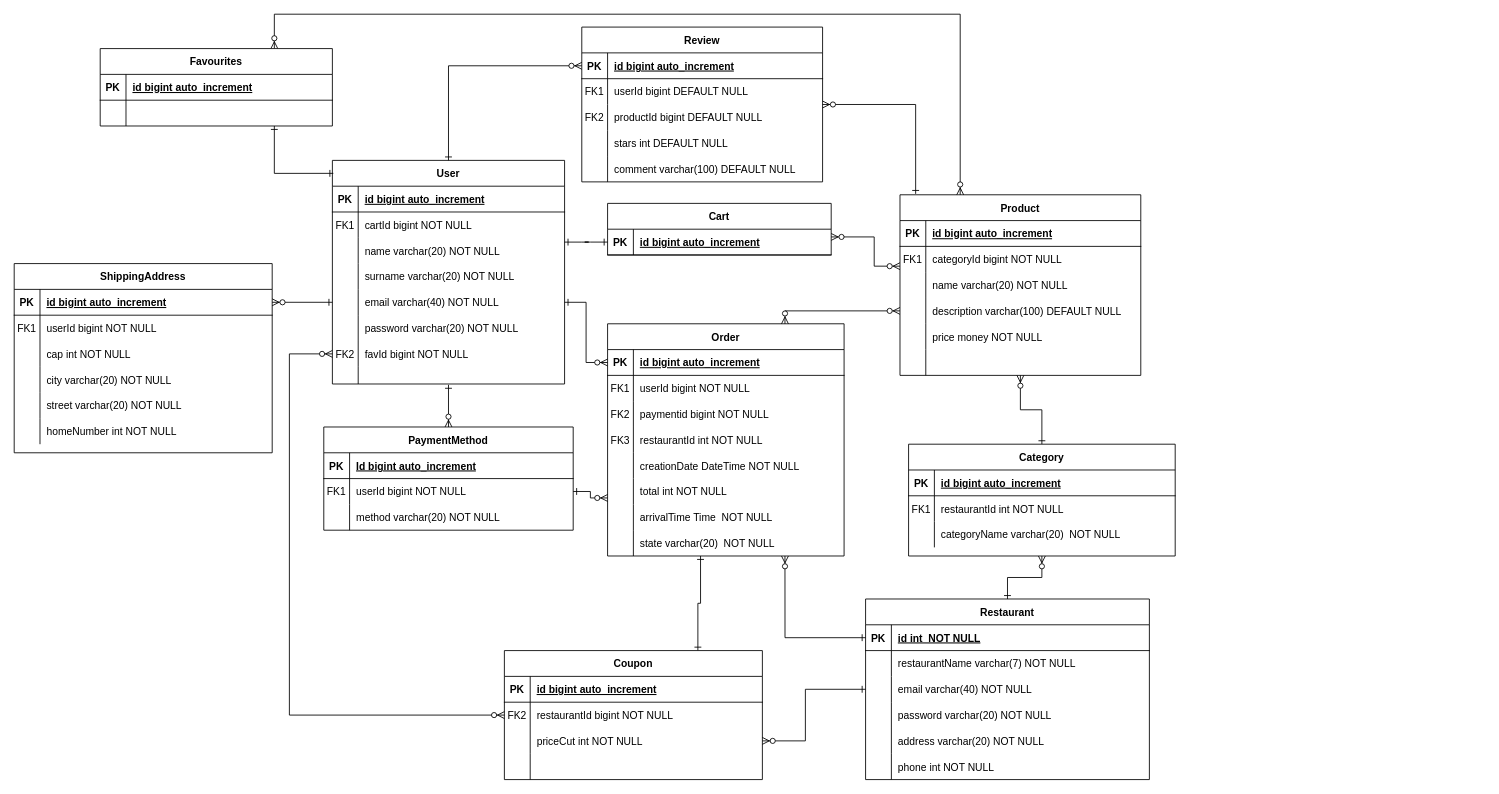
Above: documentazione/Diagrammi/Er(1).drawio in Flacaro/TasteIt (draw.io), before the change. Source tidied: cells renumbered, new cells numbered last; positions are measured from the earlier drawing's top-left corner, leaving out a move shared by most shapes. Both pictures are drawn from the tidied source at 86%, with x=0, y=0 at pixel (14, 14).
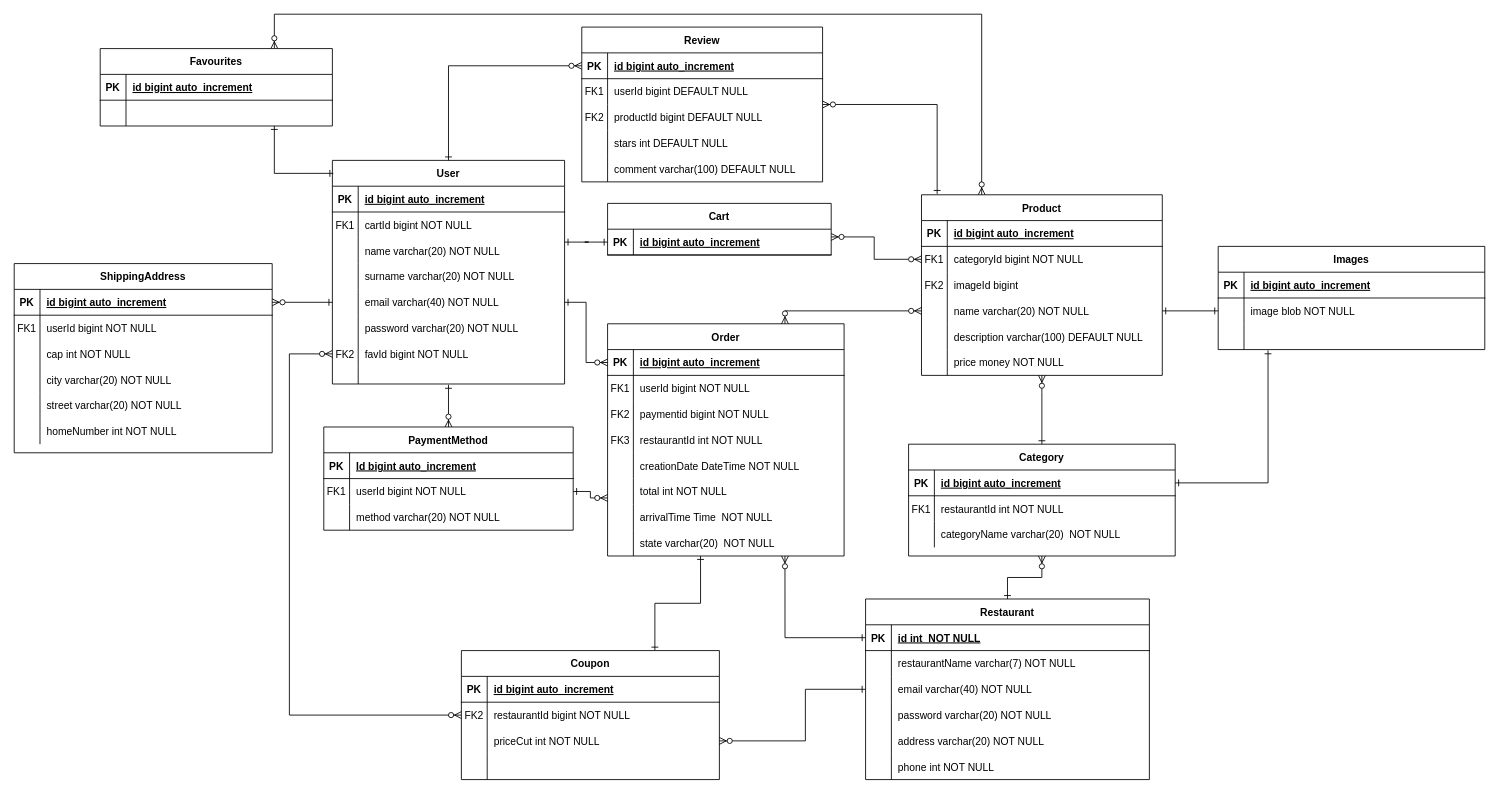
After the change.

The change refers to these unchanged cells:
```xml
<mxCell id="45" value="Order" style="shape=table;startSize=30;childLayout=tableLayout;rowLines=0;fontStyle=1;align=center;" parent="1" vertex="1">
  <mxGeometry x="690" y="360" width="275" height="270" as="geometry" />
</mxCell>
<mxCell id="76" style="shape=partialRectangle;fillColor=none;top=0;left=0;bottom=0;right=0;points=[[0,0.5],[1,0.5]];portConstraint=eastwest;" parent="72" vertex="1">
  <mxGeometry y="60" width="280" height="30" as="geometry" />
</mxCell>
<mxCell id="94" value="Category" style="shape=table;startSize=30;childLayout=tableLayout;rowLines=0;fontStyle=1;align=center;" parent="1" vertex="1">
  <mxGeometry x="1040" y="500" width="310" height="130" as="geometry" />
</mxCell>
<mxCell id="95" style="shape=partialRectangle;fillColor=none;top=0;left=0;bottom=1;right=0;points=[[0,0.5],[1,0.5]];portConstraint=eastwest;" parent="94" vertex="1">
  <mxGeometry y="30" width="310" height="30" as="geometry" />
</mxCell>
<mxCell id="161" value="Favourites" style="shape=table;startSize=30;childLayout=tableLayout;rowLines=0;fontStyle=1;align=center;" parent="1" vertex="1">
  <mxGeometry x="100" y="40" width="270" height="90" as="geometry" />
</mxCell>
```

The edit, as a diff of the source:
```diff
@@
     <mxCell id="71" style="edgeStyle=orthogonalEdgeStyle;rounded=0;jettySize=auto;html=1;exitX=0.5;exitY=1;exitDx=0;exitDy=0;entryX=0.5;entryY=0;entryDx=0;entryDy=0;startArrow=ERzeroToMany;startFill=1;endArrow=ERone;endFill=0;" parent="1" edge="1" source="72" target="94">
       <mxGeometry relative="1" as="geometry">
         <Array as="points">
-          <mxPoint x="1170" y="460" />
-          <mxPoint x="1195" y="460" />
+          <mxPoint x="1195" y="440" />
+          <mxPoint x="1195" y="440" />
         </Array>
       </mxGeometry>
     </mxCell>
     <mxCell id="72" value="Product" style="shape=table;startSize=30;childLayout=tableLayout;rowLines=0;fontStyle=1;align=center;" parent="1" vertex="1">
-      <mxGeometry x="1030" y="210" width="280" height="210" as="geometry" />
+      <mxGeometry x="1055" y="210" width="280" height="210" as="geometry" />
     </mxCell>
@@
+    <mxCell id="88" style="shape=partialRectangle;fillColor=none;top=0;left=0;bottom=0;right=0;" parent="72" vertex="1">
+      <mxGeometry y="90" width="280" height="30" as="geometry" />
+    </mxCell>
+    <mxCell id="89" value="FK2" style="shape=partialRectangle;fillColor=none;top=0;left=0;bottom=0;right=0;overflow=hidden;" parent="88" vertex="1">
+      <mxGeometry width="30" height="30" as="geometry" />
+    </mxCell>
+    <mxCell id="90" value="imageId bigint  " style="shape=partialRectangle;fillColor=none;top=0;left=0;bottom=0;right=0;align=left;spacingLeft=6;overflow=hidden;" parent="88" vertex="1">
+      <mxGeometry x="30" width="250" height="30" as="geometry" />
+    </mxCell>
     <mxCell id="79" style="shape=partialRectangle;fillColor=none;top=0;left=0;bottom=0;right=0;points=[[0,0.5],[1,0.5]];portConstraint=eastwest;" parent="72" vertex="1">
-      <mxGeometry y="90" width="280" height="30" as="geometry" />
+      <mxGeometry y="120" width="280" height="30" as="geometry" />
     </mxCell>
@@
     <mxCell id="82" style="shape=partialRectangle;fillColor=none;top=0;left=0;bottom=0;right=0;points=[[0,0.5],[1,0.5]];portConstraint=eastwest;" parent="72" vertex="1">
-      <mxGeometry y="120" width="280" height="30" as="geometry" />
+      <mxGeometry y="150" width="280" height="30" as="geometry" />
     </mxCell>
@@
     <mxCell id="85" style="shape=partialRectangle;fillColor=none;top=0;left=0;bottom=0;right=0;" parent="72" vertex="1">
-      <mxGeometry y="150" width="280" height="30" as="geometry" />
+      <mxGeometry y="180" width="280" height="30" as="geometry" />
     </mxCell>
@@
-    <mxCell id="88" style="shape=partialRectangle;fillColor=none;top=0;left=0;bottom=0;right=0;" parent="72" vertex="1">
-      <mxGeometry y="180" width="280" height="30" as="geometry" />
-    </mxCell>
-    <mxCell id="89" style="shape=partialRectangle;fillColor=none;top=0;left=0;bottom=0;right=0;overflow=hidden;" parent="88" vertex="1">
-      <mxGeometry width="30" height="30" as="geometry" />
-    </mxCell>
-    <mxCell id="90" style="shape=partialRectangle;fillColor=none;top=0;left=0;bottom=0;right=0;align=left;spacingLeft=6;overflow=hidden;" parent="88" vertex="1">
-      <mxGeometry x="30" width="250" height="30" as="geometry" />
-    </mxCell>
-    <mxCell id="91" style="edgeStyle=orthogonalEdgeStyle;rounded=0;orthogonalLoop=1;jettySize=auto;html=1;startArrow=ERzeroToMany;startFill=1;endArrow=ERzeroToMany;endFill=1;" parent="1" edge="1">
+    <mxCell id="91" style="edgeStyle=orthogonalEdgeStyle;rounded=0;jettySize=auto;html=1;startArrow=ERzeroToMany;startFill=1;endArrow=ERzeroToMany;endFill=1;exitX=0;exitY=0.5;exitDx=0;exitDy=0;" parent="1" edge="1" source="76">
       <mxGeometry relative="1" as="geometry">
-        <mxPoint x="1030" y="293" as="sourcePoint" />
         <mxPoint x="950" y="259" as="targetPoint" />
         <Array as="points">
-          <mxPoint x="1000" y="293" />
+          <mxPoint x="1000" y="285" />
           <mxPoint x="1000" y="259" />
         </Array>
       </mxGeometry>
     </mxCell>
-    <mxCell id="92" style="edgeStyle=orthogonalEdgeStyle;rounded=0;jettySize=auto;html=1;exitX=0;exitY=0.5;exitDx=0;exitDy=0;entryX=0.75;entryY=0;entryDx=0;entryDy=0;startArrow=ERzeroToMany;startFill=1;endArrow=ERzeroToMany;endFill=1;" parent="1" edge="1" source="82" target="45">
+    <mxCell id="92" style="edgeStyle=orthogonalEdgeStyle;rounded=0;jettySize=auto;html=1;entryX=0.75;entryY=0;entryDx=0;entryDy=0;startArrow=ERzeroToMany;startFill=1;endArrow=ERzeroToMany;endFill=1;" parent="1" edge="1" target="45">
       <mxGeometry relative="1" as="geometry">
+        <mxPoint x="1055" y="345" as="sourcePoint" />
         <Array as="points">
           <mxPoint x="896" y="345" />
         </Array>
       </mxGeometry>
     </mxCell>
@@
     <mxCell id="124" value="Coupon" style="shape=table;startSize=30;childLayout=tableLayout;rowLines=0;fontStyle=1;align=center;" parent="1" vertex="1">
-      <mxGeometry x="570" y="740" width="300" height="150" as="geometry" />
+      <mxGeometry x="520" y="740" width="300" height="150" as="geometry" />
     </mxCell>
@@
     <mxCell id="160" style="edgeStyle=orthogonalEdgeStyle;rounded=0;jettySize=auto;html=1;exitX=0.75;exitY=0;exitDx=0;exitDy=0;entryX=0.25;entryY=0;entryDx=0;entryDy=0;startArrow=ERzeroToMany;startFill=1;endArrow=ERzeroToMany;endFill=1;" parent="1" edge="1" source="161" target="72">
       <mxGeometry relative="1" as="geometry">
         <Array as="points">
           <mxPoint x="303" />
-          <mxPoint x="1100" />
+          <mxPoint x="1125" />
         </Array>
       </mxGeometry>
     </mxCell>
@@
+    <mxCell id="186" value="Images" style="shape=table;startSize=30;childLayout=tableLayout;rowLines=0;fontStyle=1;align=center;" parent="1" vertex="1">
+      <mxGeometry x="1400" y="270" width="310" height="120" as="geometry" />
+    </mxCell>
+    <mxCell id="187" style="shape=partialRectangle;fillColor=none;top=0;left=0;bottom=1;right=0;" parent="186" vertex="1">
+      <mxGeometry y="30" width="310" height="30" as="geometry" />
+    </mxCell>
+    <mxCell id="188" value="PK" style="shape=partialRectangle;fillColor=none;top=0;left=0;bottom=0;right=0;fontStyle=1;overflow=hidden;" parent="187" vertex="1">
+      <mxGeometry width="30" height="30" as="geometry" />
+    </mxCell>
+    <mxCell id="189" value="id bigint auto_increment" style="shape=partialRectangle;fillColor=none;top=0;left=0;bottom=0;right=0;align=left;spacingLeft=6;fontStyle=5;overflow=hidden;" parent="187" vertex="1">
+      <mxGeometry x="30" width="280" height="30" as="geometry" />
+    </mxCell>
+    <mxCell id="190" style="shape=partialRectangle;fillColor=none;top=0;left=0;bottom=0;right=0;points=[[0,0.5],[1,0.5]];portConstraint=eastwest;" parent="186" vertex="1">
+      <mxGeometry y="60" width="310" height="30" as="geometry" />
+    </mxCell>
+    <mxCell id="191" style="shape=partialRectangle;fillColor=none;top=0;left=0;bottom=0;right=0;overflow=hidden;" parent="190" vertex="1">
+      <mxGeometry width="30" height="30" as="geometry" />
+    </mxCell>
+    <mxCell id="192" value="image blob NOT NULL" style="shape=partialRectangle;fillColor=none;top=0;left=0;bottom=0;right=0;align=left;spacingLeft=6;overflow=hidden;" parent="190" vertex="1">
+      <mxGeometry x="30" width="280" height="30" as="geometry" />
+    </mxCell>
+    <mxCell id="193" style="shape=partialRectangle;fillColor=none;top=0;left=0;bottom=0;right=0;points=[[0,0.5],[1,0.5]];portConstraint=eastwest;" parent="186" vertex="1">
+      <mxGeometry y="90" width="310" height="30" as="geometry" />
+    </mxCell>
+    <mxCell id="194" style="shape=partialRectangle;fillColor=none;top=0;left=0;bottom=0;right=0;overflow=hidden;" parent="193" vertex="1">
+      <mxGeometry width="30" height="30" as="geometry" />
+    </mxCell>
+    <mxCell id="195" style="shape=partialRectangle;fillColor=none;top=0;left=0;bottom=0;right=0;align=left;spacingLeft=6;overflow=hidden;" parent="193" vertex="1">
+      <mxGeometry x="30" width="280" height="30" as="geometry" />
+    </mxCell>
+    <mxCell id="196" style="edgeStyle=orthogonalEdgeStyle;rounded=0;jettySize=auto;html=1;exitX=0;exitY=0.5;exitDx=0;exitDy=0;entryX=1;entryY=0.5;entryDx=0;entryDy=0;fontColor=#EA6B66;endArrow=ERone;endFill=0;startArrow=ERone;startFill=0;" parent="1" edge="1" source="190" target="79">
+      <mxGeometry relative="1" as="geometry" />
+    </mxCell>
+    <mxCell id="197" style="edgeStyle=orthogonalEdgeStyle;rounded=0;jettySize=auto;html=1;exitX=1;exitY=0.5;exitDx=0;exitDy=0;entryX=0.187;entryY=1.03;entryDx=0;entryDy=0;entryPerimeter=0;fontColor=#EA6B66;startArrow=ERone;startFill=0;endArrow=ERone;endFill=0;" parent="1" edge="1" source="95" target="193">
+      <mxGeometry relative="1" as="geometry" />
+    </mxCell>
```
